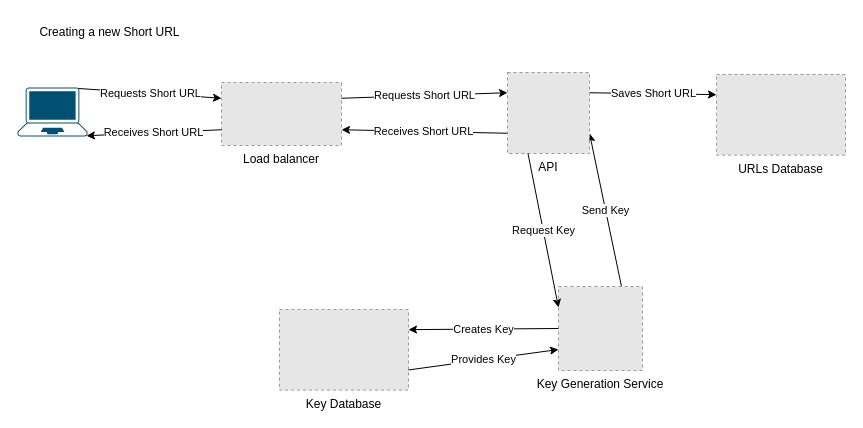
The draw.io diagram assets/diagrams/2024-06-09-Systems-Design-in-Azure-for-Clients-URL-Shortener/2.drawio in piers-sinclair/pierssinclair.github.io, before the edit. Source tidied: cells renumbered, new cells numbered last; positions are measured from the earlier drawing's top-left corner, leaving out a move shared by most shapes. Both pictures are drawn from the tidied source at 100%, with x=0, y=0 at pixel (17, 17). Pictures stored in the file or linked from it are replaced by grey dashed boxes.
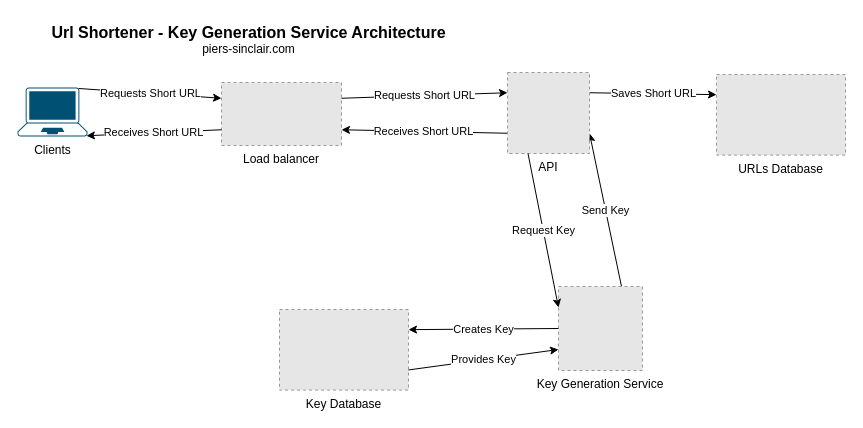
After the change.

Change to the diagram source:
```diff
@@
 <mxGraphModel background="#ffffff">
   <root>
     <mxCell id="0" />
     <mxCell id="1" parent="0" />
     <mxCell id="2" value="Load balancer" style="fillColor=#E6E6E6;strokeColor=#999999;dashed=1;verticalLabelPosition=bottom;verticalAlign=top;" parent="1" vertex="1">
       <mxGeometry x="204" y="65" width="120" height="63" as="geometry" />
     </mxCell>
     <mxCell id="3" value="Saves Short URL" style="edgeStyle=none;html=1;exitX=1;exitY=0.25;exitDx=0;exitDy=0;entryX=0;entryY=0.25;entryDx=0;entryDy=0;" parent="1" edge="1" source="14" target="8">
       <mxGeometry relative="1" as="geometry" />
     </mxCell>
     <mxCell id="4" value="Requests Short URL" style="edgeStyle=none;html=1;exitX=0.87;exitY=0.02;exitDx=0;exitDy=0;exitPerimeter=0;entryX=0;entryY=0.25;entryDx=0;entryDy=0;" parent="1" edge="1" source="5" target="2">
       <mxGeometry relative="1" as="geometry" />
     </mxCell>
-    <mxCell id="5" style="points=[[0.13,0.02,0],[0.5,0,0],[0.87,0.02,0],[0.885,0.4,0],[0.985,0.985,0],[0.5,1,0],[0.015,0.985,0],[0.115,0.4,0]];verticalLabelPosition=bottom;sketch=0;html=1;verticalAlign=top;align=center;shape=mxgraph.cisco19.laptop;fillColor=#005073;strokeColor=none;" parent="1" vertex="1">
+    <mxCell id="5" value="Clients" style="points=[[0.13,0.02,0],[0.5,0,0],[0.87,0.02,0],[0.885,0.4,0],[0.985,0.985,0],[0.5,1,0],[0.015,0.985,0],[0.115,0.4,0]];verticalLabelPosition=bottom;sketch=0;html=1;verticalAlign=top;align=center;shape=mxgraph.cisco19.laptop;fillColor=#005073;strokeColor=none;" parent="1" vertex="1">
       <mxGeometry y="70" width="70" height="49" as="geometry" />
     </mxCell>
     <mxCell id="6" value="Receives Short URL" style="edgeStyle=none;html=1;exitX=0;exitY=0.75;exitDx=0;exitDy=0;entryX=0.985;entryY=0.985;entryDx=0;entryDy=0;entryPerimeter=0;" parent="1" edge="1" source="2" target="5">
       <mxGeometry x="0.01" relative="1" as="geometry" />
     </mxCell>
     <mxCell id="7" value="Send Key" style="edgeStyle=none;html=1;entryX=1;entryY=0.75;entryDx=0;entryDy=0;exitX=0.75;exitY=0;exitDx=0;exitDy=0;" parent="1" edge="1" source="12" target="14">
       <mxGeometry relative="1" as="geometry" />
     </mxCell>
     <mxCell id="8" value="URLs Database" style="fillColor=#E6E6E6;strokeColor=#999999;dashed=1;verticalLabelPosition=bottom;verticalAlign=top;" parent="1" vertex="1">
       <mxGeometry x="699" y="57" width="129" height="80.6" as="geometry" />
     </mxCell>
     <mxCell id="9" value="Requests Short URL" style="edgeStyle=none;html=1;exitX=1;exitY=0.25;exitDx=0;exitDy=0;entryX=0;entryY=0.25;entryDx=0;entryDy=0;" parent="1" edge="1" source="2" target="14">
       <mxGeometry relative="1" as="geometry" />
     </mxCell>
     <mxCell id="10" value="Receives Short URL" style="edgeStyle=none;html=1;entryX=1;entryY=0.75;entryDx=0;entryDy=0;exitX=0;exitY=0.75;exitDx=0;exitDy=0;" parent="1" edge="1" source="14" target="2">
       <mxGeometry x="0.01" relative="1" as="geometry" />
     </mxCell>
-    <mxCell id="11" value="Creating a new Short URL" style="text;html=1;strokeColor=none;fillColor=none;align=center;verticalAlign=middle;whiteSpace=wrap;rounded=0;" parent="1" vertex="1">
-      <mxGeometry x="21" width="143" height="30" as="geometry" />
-    </mxCell>
     <mxCell id="12" value="Key Generation Service" style="fillColor=#E6E6E6;strokeColor=#999999;dashed=1;verticalLabelPosition=bottom;verticalAlign=top;" parent="1" vertex="1">
       <mxGeometry x="541" y="269" width="84" height="84" as="geometry" />
     </mxCell>
     <mxCell id="13" value="Key Database" style="fillColor=#E6E6E6;strokeColor=#999999;dashed=1;verticalLabelPosition=bottom;verticalAlign=top;" parent="1" vertex="1">
       <mxGeometry x="262" y="292" width="129" height="80.6" as="geometry" />
     </mxCell>
     <mxCell id="14" value="API" style="fillColor=#E6E6E6;strokeColor=#999999;dashed=1;verticalLabelPosition=bottom;verticalAlign=top;" parent="1" vertex="1">
       <mxGeometry x="490" y="55" width="82" height="81" as="geometry" />
     </mxCell>
     <mxCell id="15" value="Provides Key" style="edgeStyle=none;html=1;exitX=1;exitY=0.75;exitDx=0;exitDy=0;entryX=0;entryY=0.75;entryDx=0;entryDy=0;" parent="1" edge="1" source="13" target="12">
       <mxGeometry relative="1" as="geometry" />
     </mxCell>
     <mxCell id="16" value="Request Key" style="edgeStyle=none;html=1;exitX=0.25;exitY=1;exitDx=0;exitDy=0;entryX=0;entryY=0.25;entryDx=0;entryDy=0;" parent="1" edge="1" source="14" target="12">
       <mxGeometry relative="1" as="geometry" />
     </mxCell>
     <mxCell id="17" value="Creates Key" style="edgeStyle=none;html=1;exitX=0;exitY=0.5;exitDx=0;exitDy=0;entryX=1;entryY=0.25;entryDx=0;entryDy=0;" parent="1" edge="1" source="12" target="13">
       <mxGeometry relative="1" as="geometry" />
     </mxCell>
+    <mxCell id="18" value="&lt;font style=&quot;font-size: 16px;&quot;&gt;&lt;b&gt;Url Shortener - Key Generation Service Architecture&lt;br&gt;&lt;/b&gt;&lt;/font&gt;piers-sinclair.com" style="text;html=1;strokeColor=none;fillColor=none;align=center;verticalAlign=middle;whiteSpace=wrap;rounded=0;" parent="1" vertex="1">
+      <mxGeometry x="3" y="7" width="457" height="30" as="geometry" />
+    </mxCell>
   </root>
 </mxGraphModel>
```
